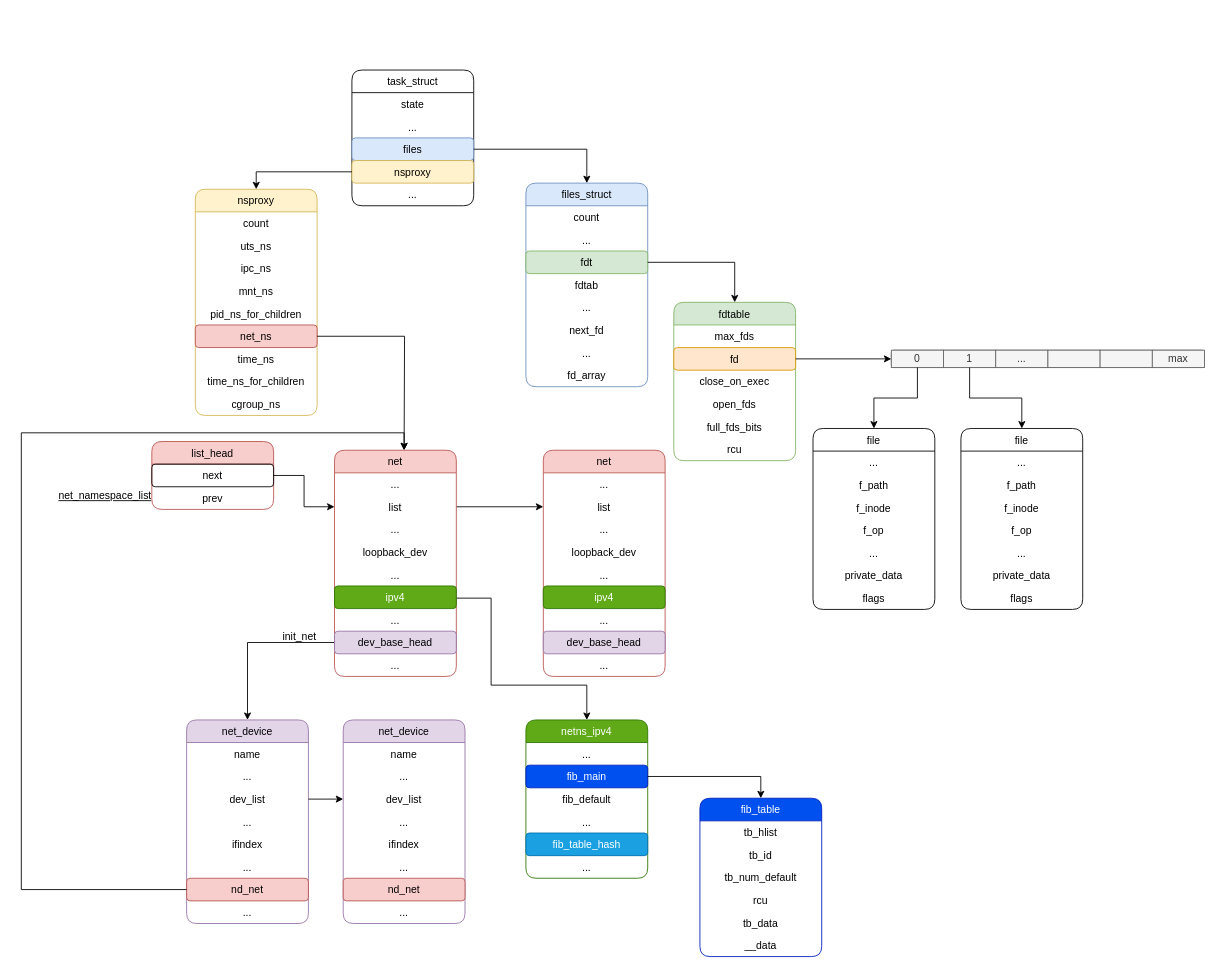
adinxu/draw.io keeps this draw.io diagram as page "task" (9 of 13) of kernel.drawio. Above is the earlier version. Source tidied: cells renumbered, new cells numbered last; positions are measured from the earlier drawing's top-left corner, leaving out a move shared by most shapes. Both pictures are drawn from the tidied source at 87%, with x=0, y=0 at pixel (21, 70).
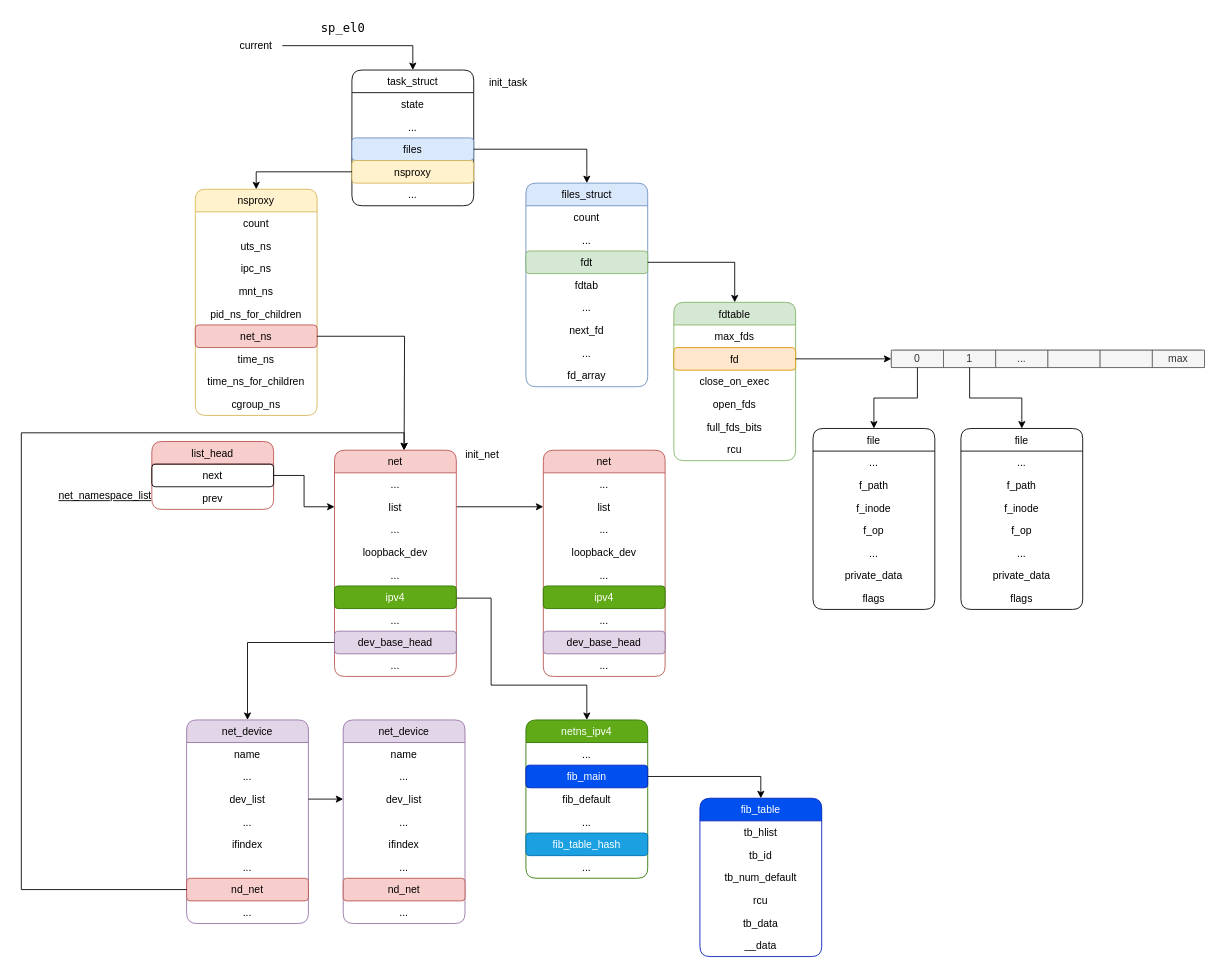
After the change.

The change refers to these unchanged cells:
```xml
<mxCell id="45" value="task_struct" style="swimlane;fontStyle=0;horizontal=1;startSize=26;fillColor=none;rounded=1;shadow=0;glass=0;labelBackgroundColor=none;sketch=0;fontFamily=Helvetica;fontSize=12;fontColor=default;strokeColor=default;" parent="1" vertex="1">
  <mxGeometry x="380" width="140" height="156" as="geometry" />
</mxCell>
```

What changed in the source:
```diff
@@
     <mxCell id="75" value="init_net" style="text;html=1;align=center;verticalAlign=middle;whiteSpace=wrap;rounded=0;" parent="1" vertex="1">
-      <mxGeometry x="290" y="637" width="60" height="30" as="geometry" />
+      <mxGeometry x="500" y="427" width="60" height="30" as="geometry" />
     </mxCell>
@@
+    <mxCell id="128" value="init_task" style="text;html=1;align=center;verticalAlign=middle;whiteSpace=wrap;rounded=0;" parent="1" vertex="1">
+      <mxGeometry x="530" width="60" height="30" as="geometry" />
+    </mxCell>
+    <mxCell id="129" style="edgeStyle=orthogonalEdgeStyle;rounded=0;jettySize=auto;html=1;exitX=1;exitY=0.5;exitDx=0;exitDy=0;entryX=0.5;entryY=0;entryDx=0;entryDy=0;" parent="1" edge="1" source="130" target="45">
+      <mxGeometry relative="1" as="geometry" />
+    </mxCell>
+    <mxCell id="130" value="current" style="text;html=1;align=center;verticalAlign=middle;whiteSpace=wrap;rounded=0;" parent="1" vertex="1">
+      <mxGeometry x="240" y="-43" width="60" height="30" as="geometry" />
+    </mxCell>
+    <mxCell id="131" value="&lt;span style=&quot;caret-color: rgb(153, 204, 153); font-family: &amp;quot;Source Code Pro&amp;quot;, &amp;quot;DejaVu Sans Mono&amp;quot;, &amp;quot;Ubuntu Mono&amp;quot;, &amp;quot;Anonymous Pro&amp;quot;, &amp;quot;Droid Sans Mono&amp;quot;, Menlo, Monaco, Consolas, Inconsolata, Courier, monospace, &amp;quot;PingFang SC&amp;quot;, &amp;quot;Microsoft YaHei&amp;quot;, sans-serif; font-size: 14px; text-align: start; white-space: pre;&quot;&gt;sp_el0&lt;/span&gt;" style="text;html=1;align=center;verticalAlign=middle;whiteSpace=wrap;rounded=0;labelBackgroundColor=none;fontColor=default;" parent="1" vertex="1">
+      <mxGeometry x="340" y="-63" width="60" height="30" as="geometry" />
+    </mxCell>
```
